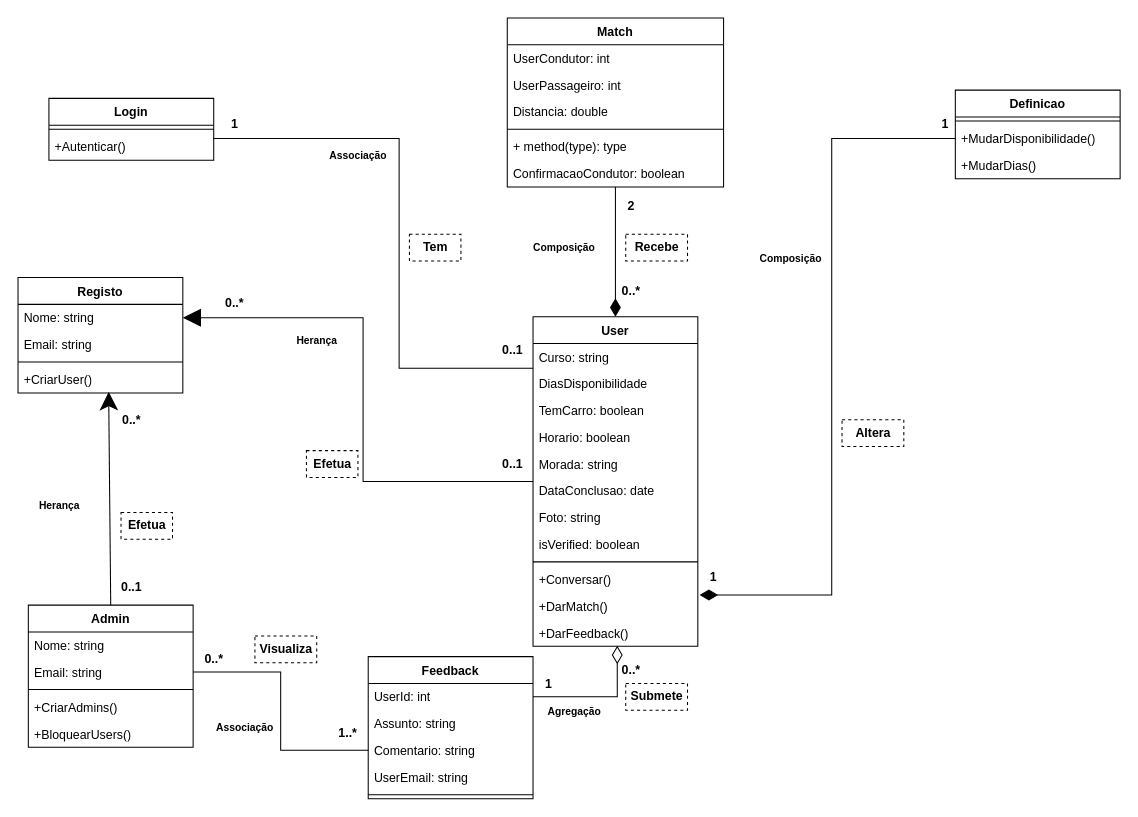
This is DiagramaDeClasses.drawio from MarcosPaiva23/CESAE_Projeto_Final, a draw.io file, before an edit. Source tidied: cells renumbered, new cells numbered last; positions are measured from the earlier drawing's top-left corner, leaving out a move shared by most shapes. Both pictures are drawn from the tidied source at 103%, with x=0, y=0 at pixel (18, 18).
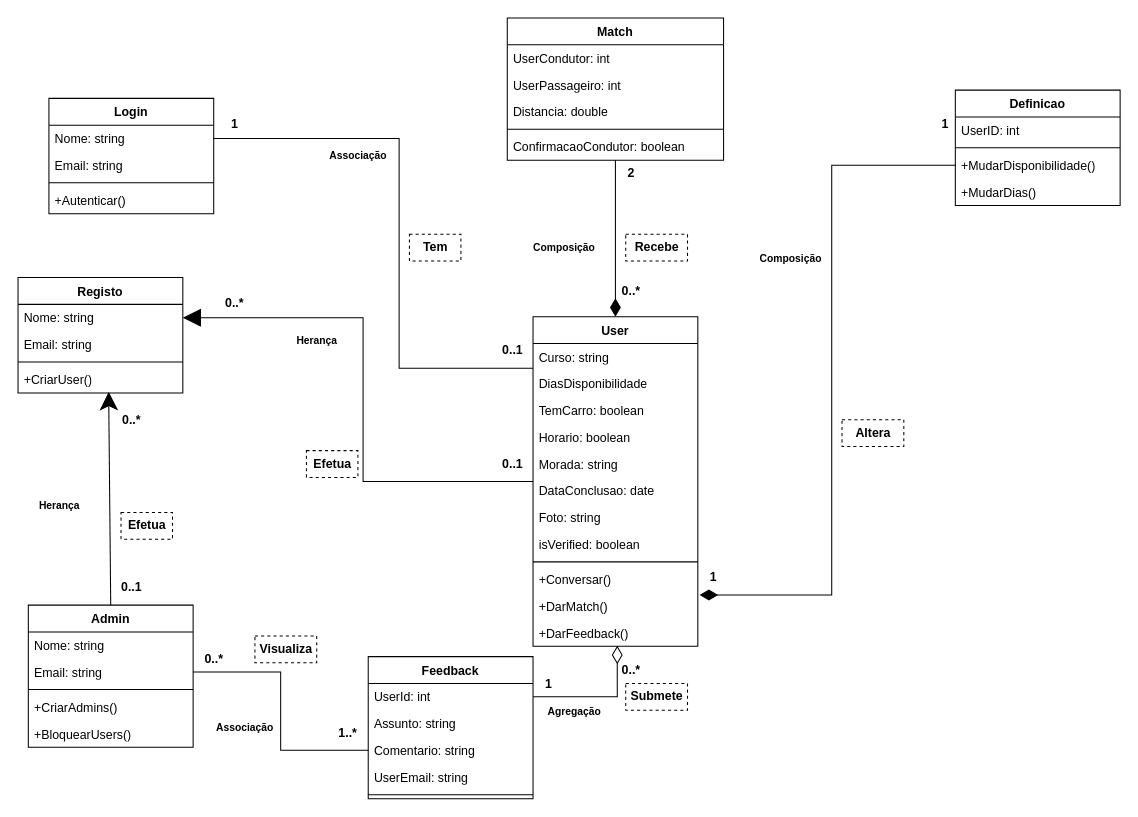
The same page after the edit.

Commit message (it also covers changes not shown here):
diagrama de sequencia

The edit, as a diff of the source:
```diff
@@
     <mxCell id="7" value="Login" style="swimlane;fontStyle=1;align=center;verticalAlign=top;horizontal=1;startSize=26;whiteSpace=wrap;html=1;" parent="1" vertex="1">
-      <mxGeometry x="30" y="78" width="160" height="60" as="geometry" />
+      <mxGeometry x="30" y="78" width="160" height="112" as="geometry" />
     </mxCell>
+    <mxCell id="82" value="Nome: string" style="text;strokeColor=none;fillColor=none;align=left;verticalAlign=top;spacingLeft=4;spacingRight=4;overflow=hidden;whiteSpace=wrap;html=1;" parent="7" vertex="1">
+      <mxGeometry y="26" width="160" height="26" as="geometry" />
+    </mxCell>
+    <mxCell id="83" value="Email: string" style="text;strokeColor=none;fillColor=none;align=left;verticalAlign=top;spacingLeft=4;spacingRight=4;overflow=hidden;whiteSpace=wrap;html=1;" parent="7" vertex="1">
+      <mxGeometry y="52" width="160" height="26" as="geometry" />
+    </mxCell>
     <mxCell id="8" style="line;strokeWidth=1;fillColor=none;align=left;verticalAlign=middle;spacingTop=-1;spacingLeft=3;spacingRight=3;labelPosition=right;strokeColor=inherit;" parent="7" vertex="1">
-      <mxGeometry y="26" width="160" height="8" as="geometry" />
+      <mxGeometry y="78" width="160" height="8" as="geometry" />
     </mxCell>
     <mxCell id="9" value="+Autenticar()" style="text;strokeColor=none;fillColor=none;align=left;verticalAlign=top;spacingLeft=4;spacingRight=4;overflow=hidden;whiteSpace=wrap;html=1;" parent="7" vertex="1">
-      <mxGeometry y="34" width="160" height="26" as="geometry" />
+      <mxGeometry y="86" width="160" height="26" as="geometry" />
     </mxCell>
@@
     <mxCell id="41" value="Match" style="swimlane;fontStyle=1;align=center;verticalAlign=top;horizontal=1;startSize=26;whiteSpace=wrap;html=1;" parent="1" vertex="1">
-      <mxGeometry x="475" width="210" height="164" as="geometry" />
+      <mxGeometry x="475" width="210" height="138" as="geometry" />
     </mxCell>
@@
-    <mxCell id="46" value="+ method(type): type" style="text;strokeColor=none;fillColor=none;align=left;verticalAlign=top;spacingLeft=4;spacingRight=4;overflow=hidden;whiteSpace=wrap;html=1;" parent="41" vertex="1">
-      <mxGeometry y="112" width="210" height="26" as="geometry" />
-    </mxCell>
     <mxCell id="47" value="ConfirmacaoCondutor: boolean" style="text;strokeColor=none;fillColor=none;align=left;verticalAlign=top;spacingLeft=4;spacingRight=4;overflow=hidden;whiteSpace=wrap;html=1;" parent="41" vertex="1">
-      <mxGeometry y="138" width="210" height="26" as="geometry" />
+      <mxGeometry y="112" width="210" height="26" as="geometry" />
     </mxCell>
     <mxCell id="48" value="Definicao" style="swimlane;fontStyle=1;align=center;verticalAlign=top;horizontal=1;startSize=26;whiteSpace=wrap;html=1;" parent="1" vertex="1">
-      <mxGeometry x="910" y="70" width="160" height="86" as="geometry" />
+      <mxGeometry x="910" y="70" width="160" height="112" as="geometry" />
     </mxCell>
+    <mxCell id="84" value="UserID: int" style="text;strokeColor=none;fillColor=none;align=left;verticalAlign=top;spacingLeft=4;spacingRight=4;overflow=hidden;whiteSpace=wrap;html=1;" parent="48" vertex="1">
+      <mxGeometry y="26" width="160" height="26" as="geometry" />
+    </mxCell>
     <mxCell id="49" style="line;strokeWidth=1;fillColor=none;align=left;verticalAlign=middle;spacingTop=-1;spacingLeft=3;spacingRight=3;labelPosition=right;strokeColor=inherit;" parent="48" vertex="1">
-      <mxGeometry y="26" width="160" height="8" as="geometry" />
+      <mxGeometry y="52" width="160" height="8" as="geometry" />
     </mxCell>
     <mxCell id="50" value="+MudarDisponibilidade()" style="text;strokeColor=none;fillColor=none;align=left;verticalAlign=top;spacingLeft=4;spacingRight=4;overflow=hidden;points=[[0,0.5],[1,0.5]];portConstraint=eastwest;whiteSpace=wrap;html=1;" parent="48" vertex="1">
-      <mxGeometry y="34" width="160" height="26" as="geometry" />
+      <mxGeometry y="60" width="160" height="26" as="geometry" />
     </mxCell>
     <mxCell id="51" value="+MudarDias()" style="text;strokeColor=none;fillColor=none;align=left;verticalAlign=top;spacingLeft=4;spacingRight=4;overflow=hidden;whiteSpace=wrap;html=1;" parent="48" vertex="1">
-      <mxGeometry y="60" width="160" height="26" as="geometry" />
+      <mxGeometry y="86" width="160" height="26" as="geometry" />
     </mxCell>
@@
     <mxCell id="70" value="2" style="text;align=center;fontStyle=1;verticalAlign=middle;spacingLeft=3;spacingRight=3;strokeColor=none;html=1;" parent="1" vertex="1">
-      <mxGeometry x="555" y="170" width="80" height="26" as="geometry" />
+      <mxGeometry x="555" y="138" width="80" height="26" as="geometry" />
     </mxCell>
```
